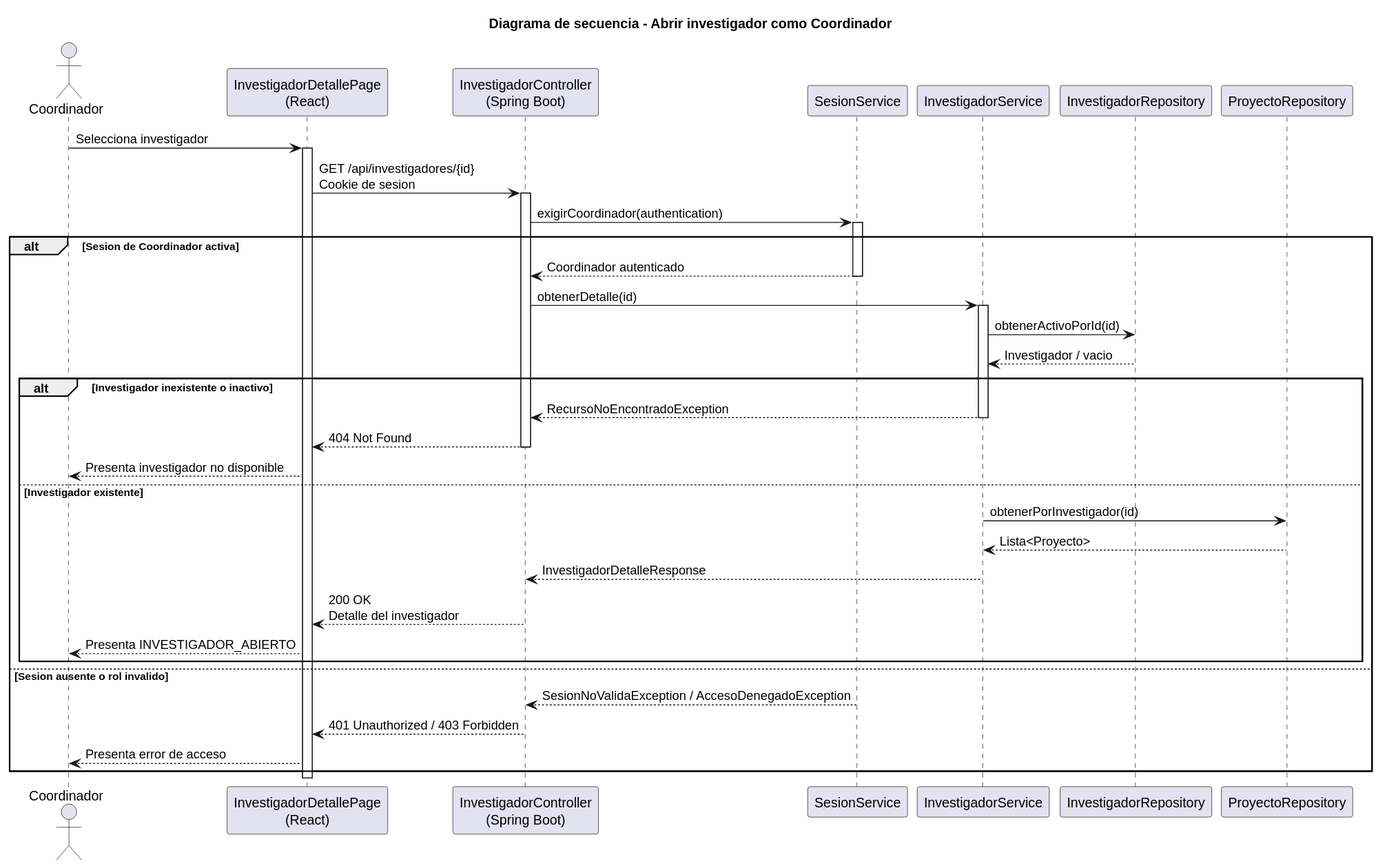
This is images/RUP/02-diseño/casos-uso/coordinador/abrirInvestigador/secuencia.svg from beatriizorozco/25-26-idsw2-sdVC, a PlantUML export, as it was before one commit.
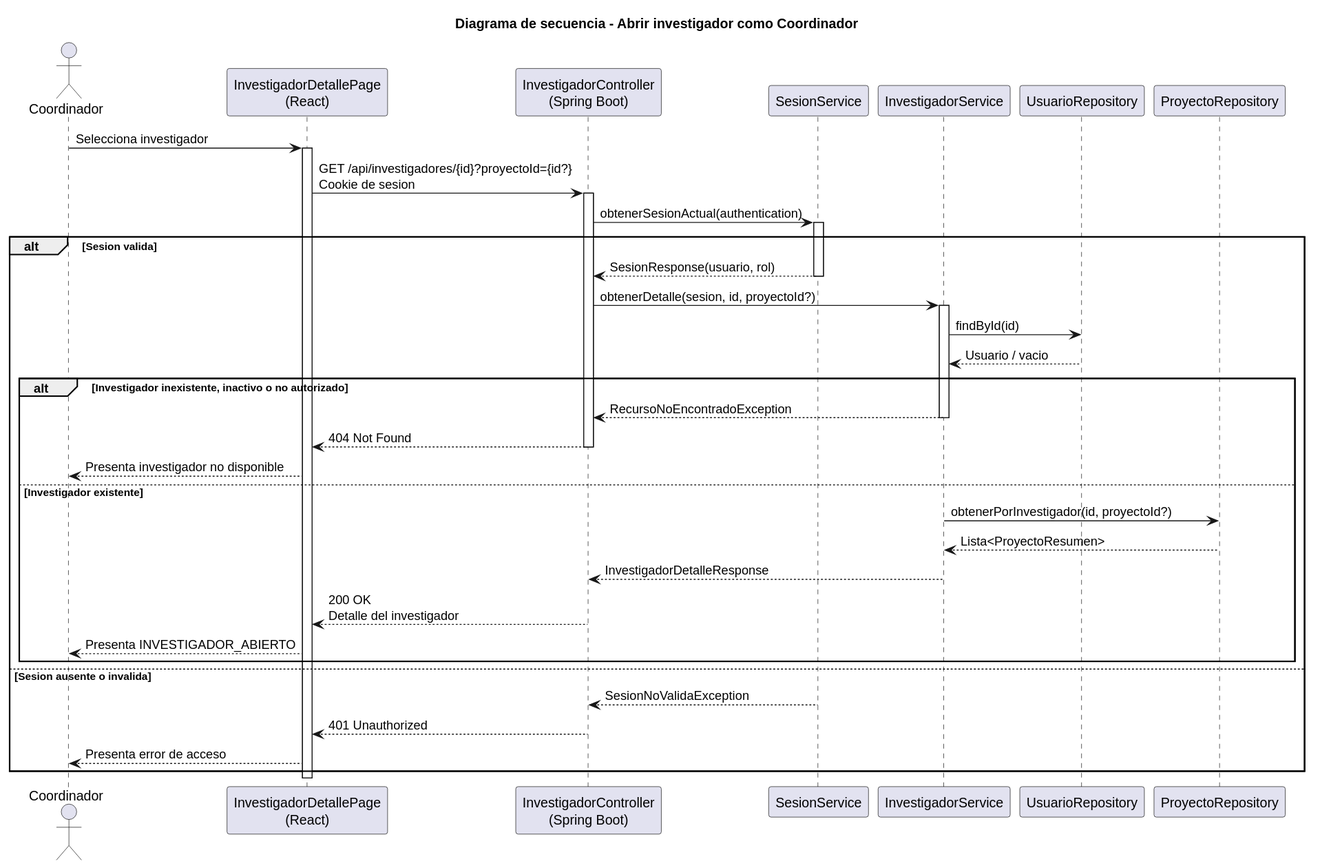
After the change.

The edit, as a diff of the source:
```diff
@@ -6,41 +6,41 @@
 participant "InvestigadorController\n(Spring Boot)" as Api
 participant "SesionService" as Sesion
 participant "InvestigadorService" as Service
-participant "InvestigadorRepository" as InvestigadorRepo
+participant "UsuarioRepository" as UsuarioRepo
 participant "ProyectoRepository" as ProyectoRepo
 
 Coordinador -> Frontend: Selecciona investigador
 activate Frontend
-Frontend -> Api: GET /api/investigadores/{id}\nCookie de sesion
+Frontend -> Api: GET /api/investigadores/{id}?proyectoId={id?}\nCookie de sesion
 activate Api
-Api -> Sesion: exigirCoordinador(authentication)
+Api -> Sesion: obtenerSesionActual(authentication)
 activate Sesion
-alt Sesion de Coordinador activa
-    Sesion --> Api: Coordinador autenticado
+alt Sesion valida
+    Sesion --> Api: SesionResponse(usuario, rol)
     deactivate Sesion
-    Api -> Service: obtenerDetalle(id)
+    Api -> Service: obtenerDetalle(sesion, id, proyectoId?)
     activate Service
-    Service -> InvestigadorRepo: obtenerActivoPorId(id)
-    InvestigadorRepo --> Service: Investigador / vacio
-    alt Investigador inexistente o inactivo
+    Service -> UsuarioRepo: findById(id)
+    UsuarioRepo --> Service: Usuario / vacio
+    alt Investigador inexistente, inactivo o no autorizado
         Service --> Api: RecursoNoEncontradoException
         deactivate Service
         Api --> Frontend: 404 Not Found
         deactivate Api
         Frontend --> Coordinador: Presenta investigador no disponible
     else Investigador existente
-        Service -> ProyectoRepo: obtenerPorInvestigador(id)
-        ProyectoRepo --> Service: Lista<Proyecto>
+        Service -> ProyectoRepo: obtenerPorInvestigador(id, proyectoId?)
+        ProyectoRepo --> Service: Lista<ProyectoResumen>
         Service --> Api: InvestigadorDetalleResponse
         deactivate Service
         Api --> Frontend: 200 OK\nDetalle del investigador
         deactivate Api
         Frontend --> Coordinador: Presenta INVESTIGADOR_ABIERTO
     end
-else Sesion ausente o rol invalido
-    Sesion --> Api: SesionNoValidaException / AccesoDenegadoException
+else Sesion ausente o invalida
+    Sesion --> Api: SesionNoValidaException
     deactivate Sesion
-    Api --> Frontend: 401 Unauthorized / 403 Forbidden
+    Api --> Frontend: 401 Unauthorized
     deactivate Api
     Frontend --> Coordinador: Presenta error de acceso
 end
```
